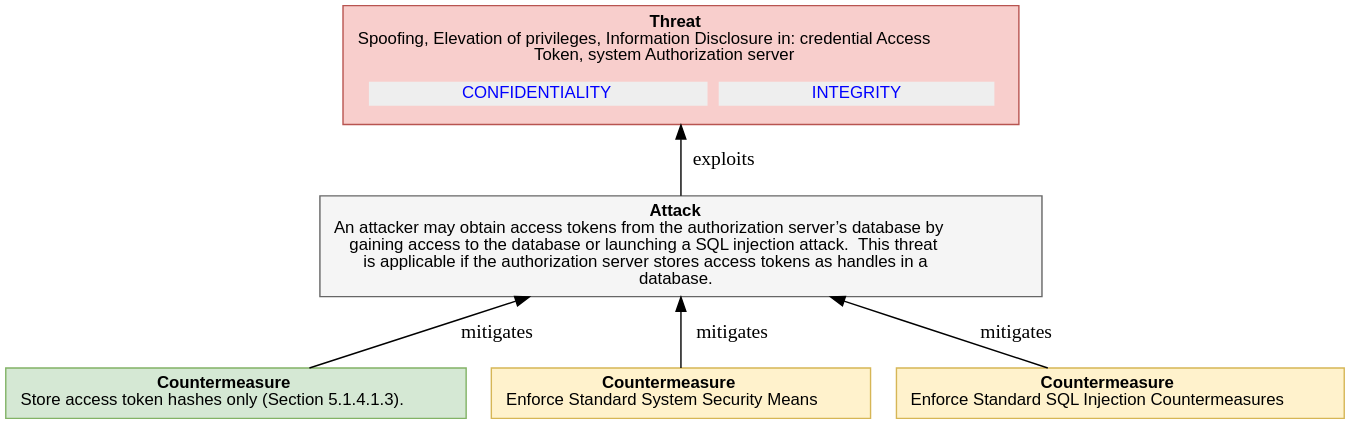
Before: report-examples/OAuth2/img/threatTree/4_3_2_AS_DB_TOKEN_DISCLOSURE.svg, a diagram exported from PlantUML (DavidCervigni/threat-models). Its source is kept beside it as report-examples/OAuth2/img/threatTree/4_3_2_AS_DB_TOKEN_DISCLOSURE.puml.
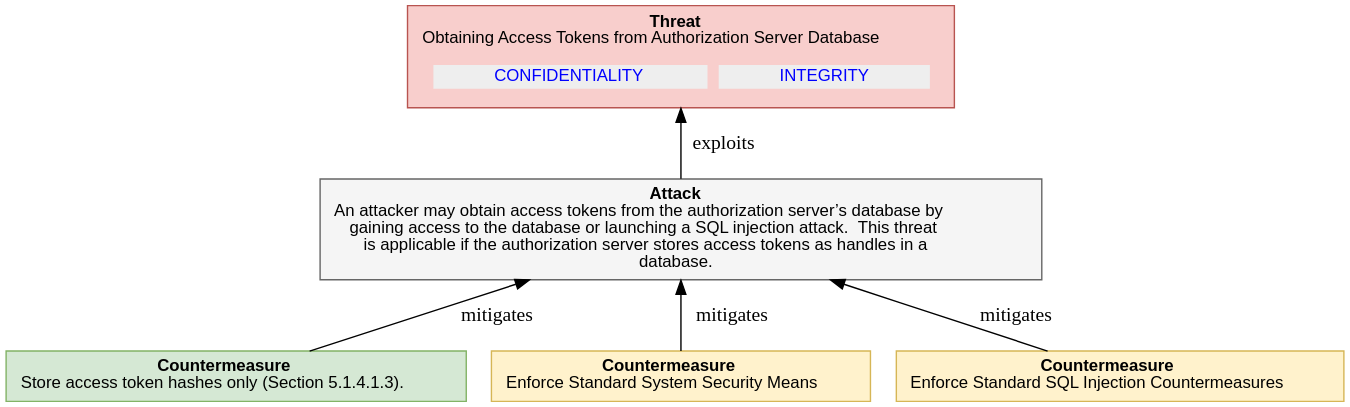
The same diagram one commit later.

Change to the diagram source:
```diff
@@ -7,7 +7,7 @@
     <<table border="0" cellborder="0" cellspacing="0">
      <tr><td align="center"><b>Threat</b><br/>
 
-Spoofing, Elevation of privileges, Information Disclosure in: credential Access<br/>Token, system Authorization server
+Obtaining Access Tokens from Authorization Server Database
 </td></tr>
      <tr><td><table border="0" cellborder="0" cellspacing="8"><tr>
                 ret += secObj.linkedImpactMDText()
```
